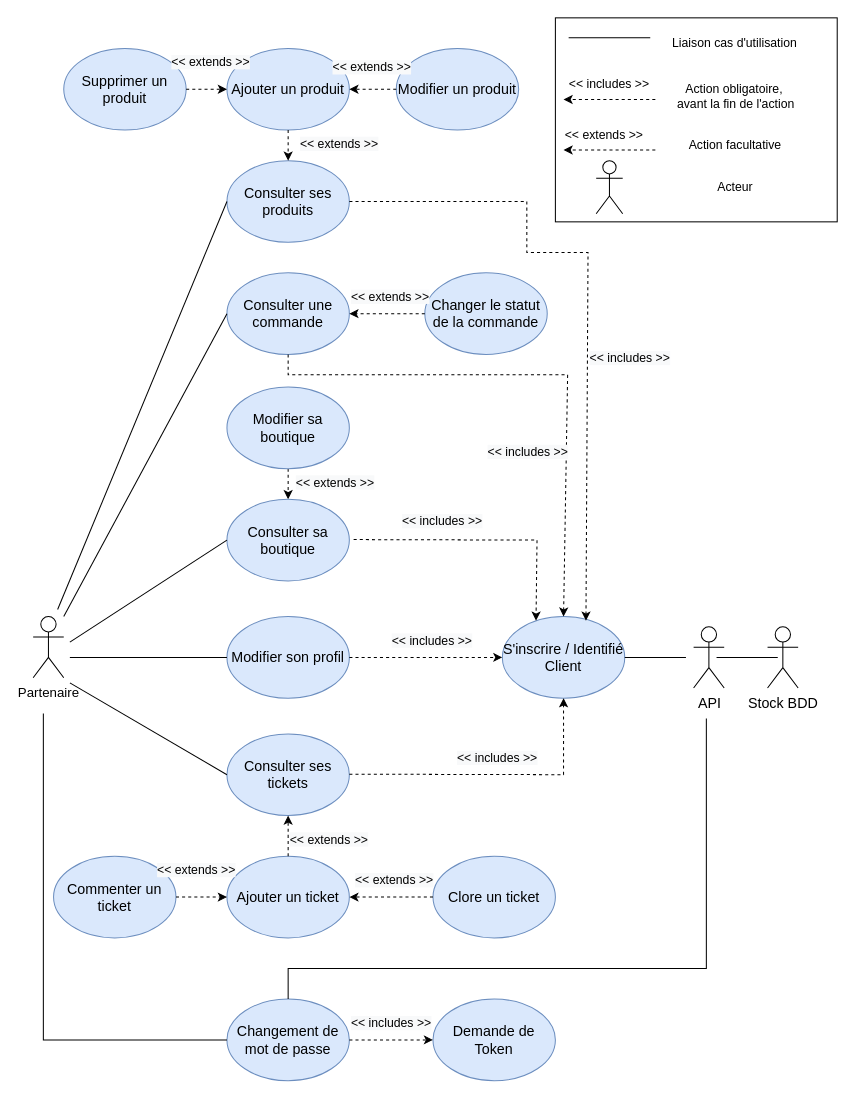
Above: page "Cas d'utilisation Partenaire" (1 of 5) of Diagrammes/diagrammesDragNReceive.drawio in KadenHD/DragNReceive_General (draw.io), before the change. Source tidied: cells renumbered, new cells numbered last; positions are measured from the earlier drawing's top-left corner, leaving out a move shared by most shapes. Both pictures are drawn from the tidied source at 102%, with x=0, y=0 at pixel (33, 17).
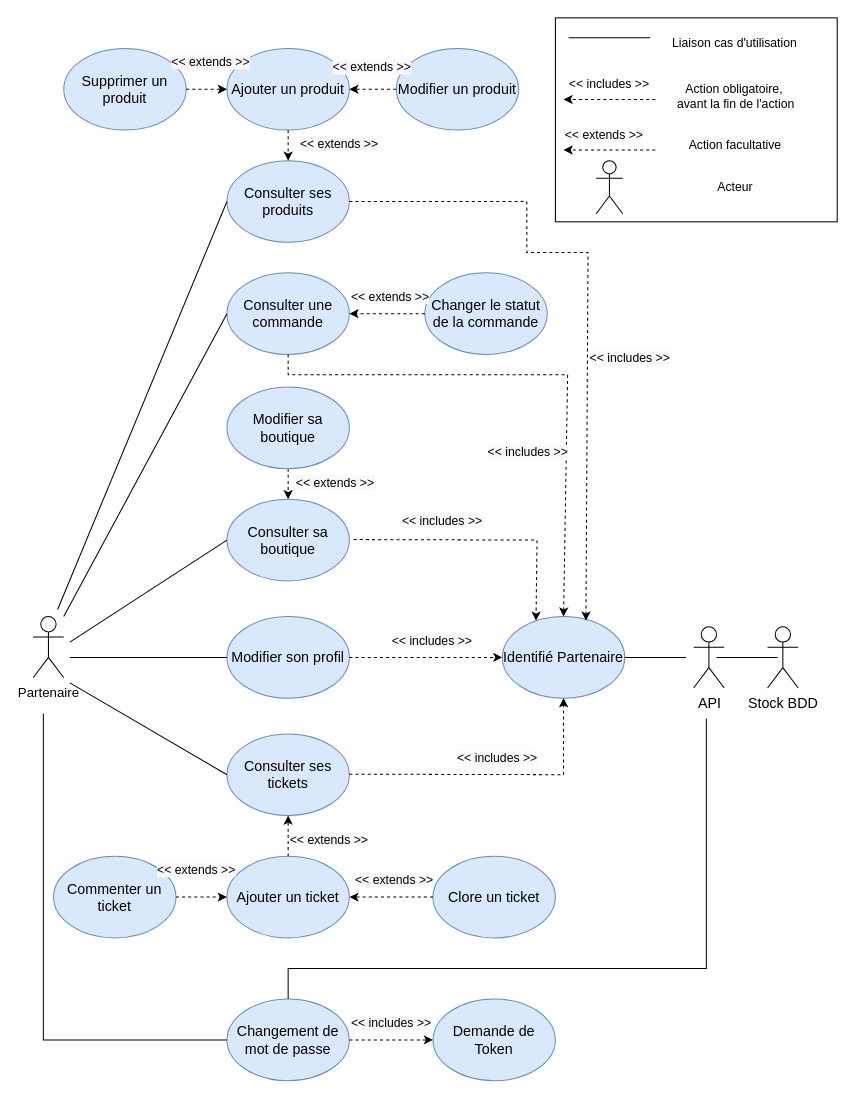
After the change.

The edit, as a diff of the source:
```diff
@@
-    <mxCell id="23" value="S'inscrire / Identifié Client" style="ellipse;whiteSpace=wrap;html=1;rounded=0;fontSize=14;strokeWidth=1;verticalAlign=middle;fillColor=#dae8fc;strokeColor=#6c8ebf;" parent="1" vertex="1">
+    <mxCell id="23" value="Identifié Partenaire" style="ellipse;whiteSpace=wrap;html=1;rounded=0;fontSize=14;strokeWidth=1;verticalAlign=middle;fillColor=#dae8fc;strokeColor=#6c8ebf;" parent="1" vertex="1">
       <mxGeometry x="460" y="587" width="120" height="80" as="geometry" />
     </mxCell>
```
